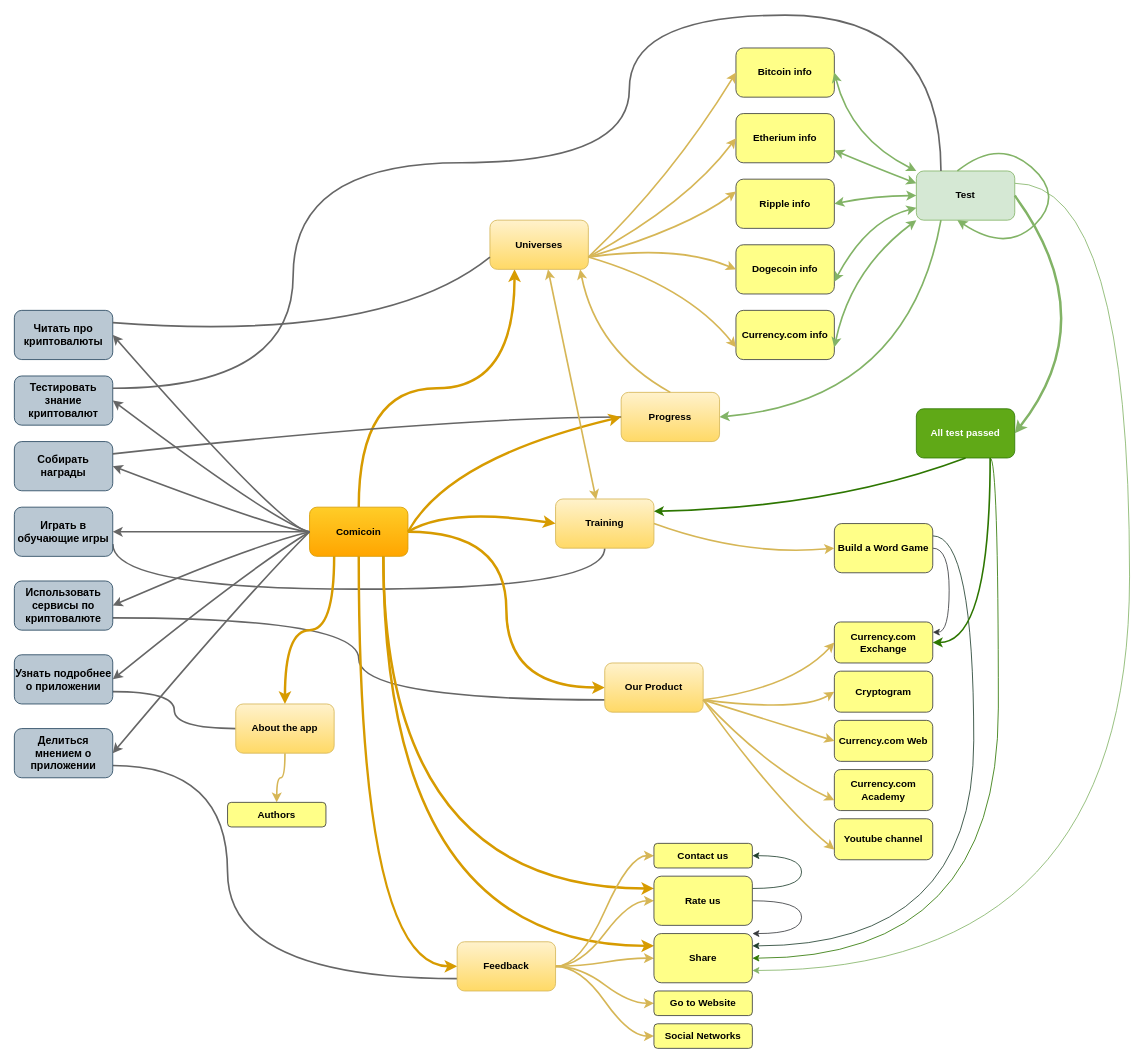
Before: ComiCoin3.drawio in AnatoliyPetukh/Lessons, a draw.io diagram. Source tidied: cells renumbered, new cells numbered last; positions are measured from the earlier drawing's top-left corner, leaving out a move shared by most shapes. Both pictures are drawn from the tidied source at 82%, with x=0, y=0 at pixel (14, 15).
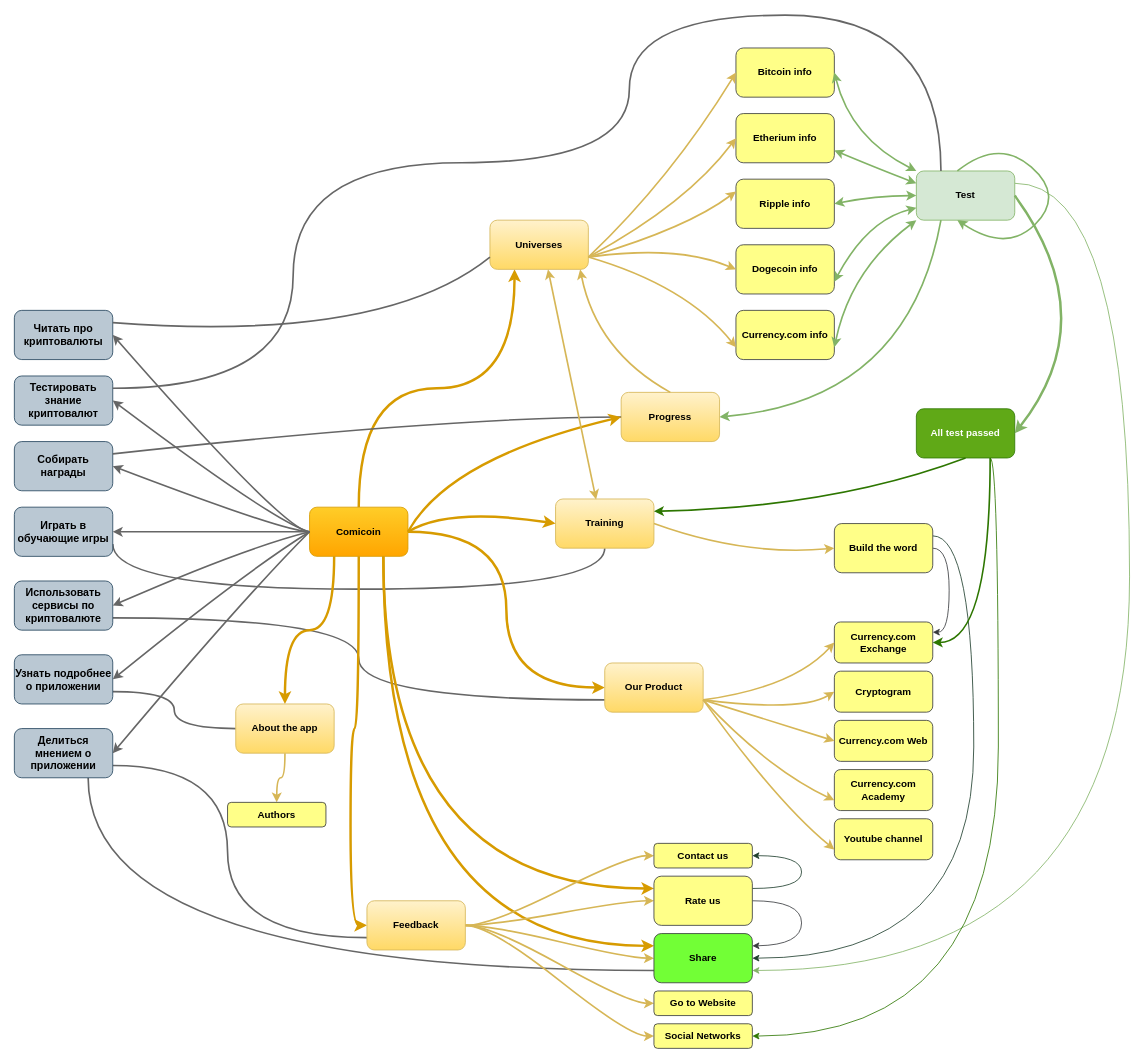
The same diagram, later.

The change refers to these unchanged cells:
```xml
<mxCell id="11" value="Делиться мнением о приложении" style="rounded=1;whiteSpace=wrap;html=1;fillColor=#bac8d3;strokeColor=#23445d;fontStyle=1;fontSize=13;" parent="1" vertex="1">
  <mxGeometry y="870" width="120" height="60" as="geometry" />
</mxCell>
<mxCell id="72" value="All test passed" style="rounded=1;whiteSpace=wrap;html=1;fontStyle=1;fillColor=#60a917;fontColor=#ffffff;strokeColor=#2D7600;" parent="1" vertex="1">
  <mxGeometry x="1100" y="480" width="120" height="60" as="geometry" />
</mxCell>
<mxCell id="81" value="Social Networks" style="rounded=1;whiteSpace=wrap;html=1;fontStyle=1;fillColor=#ffff88;strokeColor=#36393d;" parent="1" vertex="1">
  <mxGeometry x="780" y="1230" width="120" height="30" as="geometry" />
</mxCell>
<mxCell id="86" value="Rate us" style="rounded=1;whiteSpace=wrap;html=1;fontStyle=1;fillColor=#ffff88;strokeColor=#36393d;" parent="1" vertex="1">
  <mxGeometry x="780" y="1050" width="120" height="60" as="geometry" />
</mxCell>
```

Change to the diagram source:
```diff
@@
     <mxCell id="10" style="edgeStyle=orthogonalEdgeStyle;curved=1;jettySize=auto;html=1;exitX=1;exitY=0.75;exitDx=0;exitDy=0;entryX=0;entryY=0.75;entryDx=0;entryDy=0;startArrow=none;startFill=0;endArrow=none;endFill=0;fontStyle=1;fillColor=#f5f5f5;gradientColor=#b3b3b3;strokeColor=#666666;strokeWidth=2;" parent="1" edge="1" source="11" target="55">
       <mxGeometry relative="1" as="geometry">
         <Array as="points">
           <mxPoint x="260" y="915" />
-          <mxPoint x="260" y="1175" />
+          <mxPoint x="260" y="1125" />
         </Array>
       </mxGeometry>
     </mxCell>
+    <mxCell id="92" style="edgeStyle=orthogonalEdgeStyle;curved=1;jettySize=auto;html=1;exitX=0.75;exitY=1;exitDx=0;exitDy=0;entryX=0;entryY=0.75;entryDx=0;entryDy=0;strokeColor=#666666;strokeWidth=2;fontSize=13;startArrow=none;startFill=0;endArrow=none;endFill=0;fillColor=#f5f5f5;gradientColor=#b3b3b3;" parent="1" edge="1" source="11" target="83">
+      <mxGeometry relative="1" as="geometry" />
+    </mxCell>
@@
     <mxCell id="55" value="Feedback" style="rounded=1;whiteSpace=wrap;html=1;fontStyle=1;fillColor=#fff2cc;gradientColor=#ffd966;strokeColor=#d6b656;" parent="1" vertex="1">
-      <mxGeometry x="540" y="1130" width="120" height="60" as="geometry" />
+      <mxGeometry x="430" y="1080" width="120" height="60" as="geometry" />
     </mxCell>
@@
-    <mxCell id="66" style="edgeStyle=orthogonalEdgeStyle;curved=1;jettySize=auto;html=1;exitX=1;exitY=0.25;exitDx=0;exitDy=0;entryX=1;entryY=0.25;entryDx=0;entryDy=0;strokeColor=#1D3D2B;strokeWidth=1;fontSize=13;startArrow=none;startFill=0;endArrow=classic;endFill=1;" parent="1" edge="1" source="67" target="83">
+    <mxCell id="66" style="edgeStyle=orthogonalEdgeStyle;curved=1;jettySize=auto;html=1;exitX=1;exitY=0.25;exitDx=0;exitDy=0;entryX=1;entryY=0.5;entryDx=0;entryDy=0;strokeColor=#1D3D2B;strokeWidth=1;fontSize=13;startArrow=none;startFill=0;endArrow=classic;endFill=1;" parent="1" edge="1" source="67" target="83">
       <mxGeometry relative="1" as="geometry">
         <Array as="points">
           <mxPoint x="1170" y="635" />
-          <mxPoint x="1170" y="1135" />
+          <mxPoint x="1170" y="1150" />
         </Array>
       </mxGeometry>
     </mxCell>
-    <mxCell id="67" value="Build a Word Game" style="rounded=1;whiteSpace=wrap;html=1;fontStyle=1;fillColor=#FFFF88;strokeColor=#36393d;" parent="1" vertex="1">
+    <mxCell id="67" value="Build the word" style="rounded=1;whiteSpace=wrap;html=1;fontStyle=1;fillColor=#FFFF88;strokeColor=#36393d;" parent="1" vertex="1">
       <mxGeometry x="1000" y="620" width="120" height="60" as="geometry" />
     </mxCell>
@@
-    <mxCell id="70" style="edgeStyle=orthogonalEdgeStyle;curved=1;jettySize=auto;html=1;exitX=0.75;exitY=1;exitDx=0;exitDy=0;entryX=1;entryY=0.5;entryDx=0;entryDy=0;startArrow=none;startFill=0;endArrow=classic;endFill=1;snapToPoint=0;noJump=0;fontStyle=1;fillColor=#60a917;strokeColor=#2D7600;strokeWidth=1;" parent="1" edge="1" source="72" target="83">
+    <mxCell id="70" style="edgeStyle=orthogonalEdgeStyle;curved=1;jettySize=auto;html=1;exitX=0.75;exitY=1;exitDx=0;exitDy=0;entryX=1;entryY=0.5;entryDx=0;entryDy=0;startArrow=none;startFill=0;endArrow=classic;endFill=1;snapToPoint=0;noJump=0;fontStyle=1;fillColor=#60a917;strokeColor=#2D7600;strokeWidth=1;" parent="1" edge="1" source="72" target="81">
       <mxGeometry relative="1" as="geometry">
         <Array as="points">
           <mxPoint x="1200" y="540" />
-          <mxPoint x="1200" y="1150" />
+          <mxPoint x="1200" y="1245" />
         </Array>
       </mxGeometry>
     </mxCell>
@@
-    <mxCell id="83" value="Share" style="rounded=1;whiteSpace=wrap;html=1;fontStyle=1;fillColor=#ffff88;strokeColor=#36393d;" parent="1" vertex="1">
+    <mxCell id="83" value="Share" style="rounded=1;whiteSpace=wrap;html=1;fontStyle=1;fillColor=#72FF36;strokeColor=#36393d;" parent="1" vertex="1">
       <mxGeometry x="780" y="1120" width="120" height="60" as="geometry" />
     </mxCell>
@@
-    <mxCell id="85" style="edgeStyle=orthogonalEdgeStyle;curved=1;jettySize=auto;html=1;exitX=1;exitY=0.5;exitDx=0;exitDy=0;entryX=1;entryY=0;entryDx=0;entryDy=0;strokeColor=#36393d;strokeWidth=1;fontSize=13;startArrow=none;startFill=0;endArrow=classic;endFill=1;fillColor=#cdeb8b;" parent="1" edge="1" source="86" target="83">
+    <mxCell id="85" style="edgeStyle=orthogonalEdgeStyle;curved=1;jettySize=auto;html=1;exitX=1;exitY=0.5;exitDx=0;exitDy=0;entryX=1;entryY=0.25;entryDx=0;entryDy=0;strokeColor=#36393d;strokeWidth=1;fontSize=13;startArrow=none;startFill=0;endArrow=classic;endFill=1;fillColor=#cdeb8b;" parent="1" edge="1" source="86" target="83">
       <mxGeometry relative="1" as="geometry">
         <Array as="points">
           <mxPoint x="960" y="1080" />
-          <mxPoint x="960" y="1120" />
+          <mxPoint x="960" y="1134" />
         </Array>
       </mxGeometry>
     </mxCell>
```
